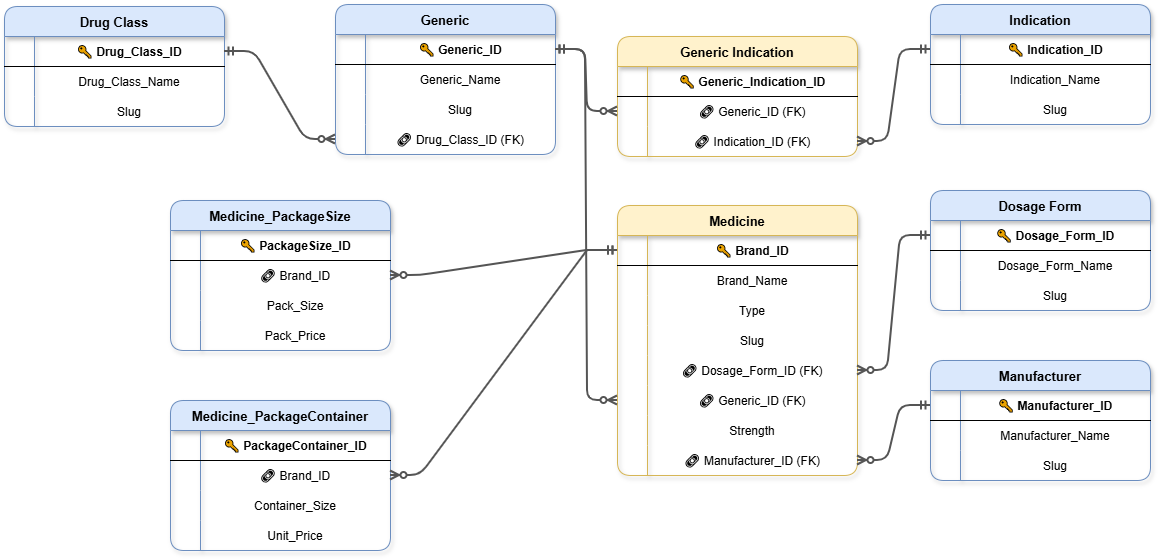
This is docs/Pharma_ERD.png from GabrielaY0rdanova/PharmaMarket_ETL, a draw.io export, as it was before one commit. Source tidied: cells renumbered, new cells last; positions are measured from the earlier drawing's top-left corner, leaving out a move shared by most shapes.
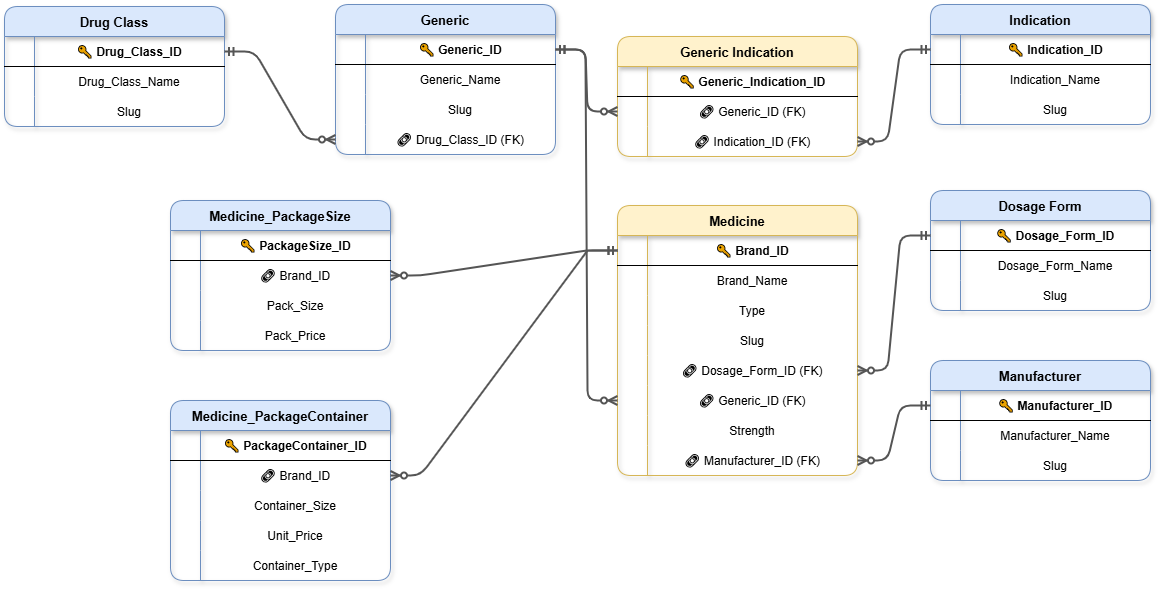
After the commit.

Change to the diagram source:
```diff
@@ -285,7 +285,7 @@
       <mxGeometry relative="1" as="geometry" />
     </mxCell>
     <mxCell id="96" value="Medicine_PackageContainer" style="shape=table;startSize=30;rowLines=0;fontStyle=1;align=center;fillColor=#dae8fc;strokeColor=#6c8ebf;fontSize=13;rounded=1;shadow=1;" parent="1" vertex="1">
-      <mxGeometry x="166" y="396" width="220" height="150" as="geometry" />
+      <mxGeometry x="166" y="396" width="220" height="180" as="geometry" />
     </mxCell>
     <mxCell id="97" style="shape=tableRow;horizontal=0;startSize=0;swimlaneHead=0;swimlaneBody=0;fillColor=none;fontSize=12;top=0;left=0;right=0;bottom=1;" parent="96" vertex="1">
       <mxGeometry y="30" width="220" height="30" as="geometry" />
@@ -317,12 +317,21 @@
     <mxCell id="106" style="shape=tableRow;horizontal=0;startSize=0;swimlaneHead=0;swimlaneBody=0;fillColor=none;fontSize=12;top=0;left=0;right=0;bottom=0;" parent="96" vertex="1">
       <mxGeometry y="120" width="220" height="30" as="geometry" />
     </mxCell>
-    <mxCell id="107" style="shape=partialRectangle;fillColor=none;top=0;left=0;bottom=0;right=0;" parent="106" vertex="1">
+    <mxCell id="107" value="&#10;" style="shape=partialRectangle;fillColor=none;top=0;left=0;bottom=0;right=0;" parent="106" vertex="1">
       <mxGeometry width="30" height="30" as="geometry" />
     </mxCell>
     <mxCell id="108" value="Unit_Price" style="shape=partialRectangle;fillColor=none;top=0;left=0;bottom=0;right=0;" parent="106" vertex="1">
       <mxGeometry x="30" width="190" height="30" as="geometry" />
     </mxCell>
+    <mxCell id="124" style="shape=tableRow;horizontal=0;startSize=0;swimlaneHead=0;swimlaneBody=0;fillColor=none;fontSize=12;top=0;left=0;right=0;bottom=0;" parent="96" vertex="1">
+      <mxGeometry y="150" width="220" height="30" as="geometry" />
+    </mxCell>
+    <mxCell id="125" value="&#10;" style="shape=partialRectangle;fillColor=none;top=0;left=0;bottom=0;right=0;" parent="124" vertex="1">
+      <mxGeometry width="30" height="30" as="geometry" />
+    </mxCell>
+    <mxCell id="126" value="Container_Type" style="shape=partialRectangle;fillColor=none;top=0;left=0;bottom=0;right=0;" parent="124" vertex="1">
+      <mxGeometry x="30" width="190" height="30" as="geometry" />
+    </mxCell>
     <mxCell id="109" value="Medicine_PackageSize" style="shape=table;startSize=30;rowLines=0;fontStyle=1;align=center;fillColor=#dae8fc;strokeColor=#6c8ebf;fontSize=13;rounded=1;shadow=1;" parent="1" vertex="1">
       <mxGeometry x="166" y="196" width="220" height="150" as="geometry" />
     </mxCell>
```
